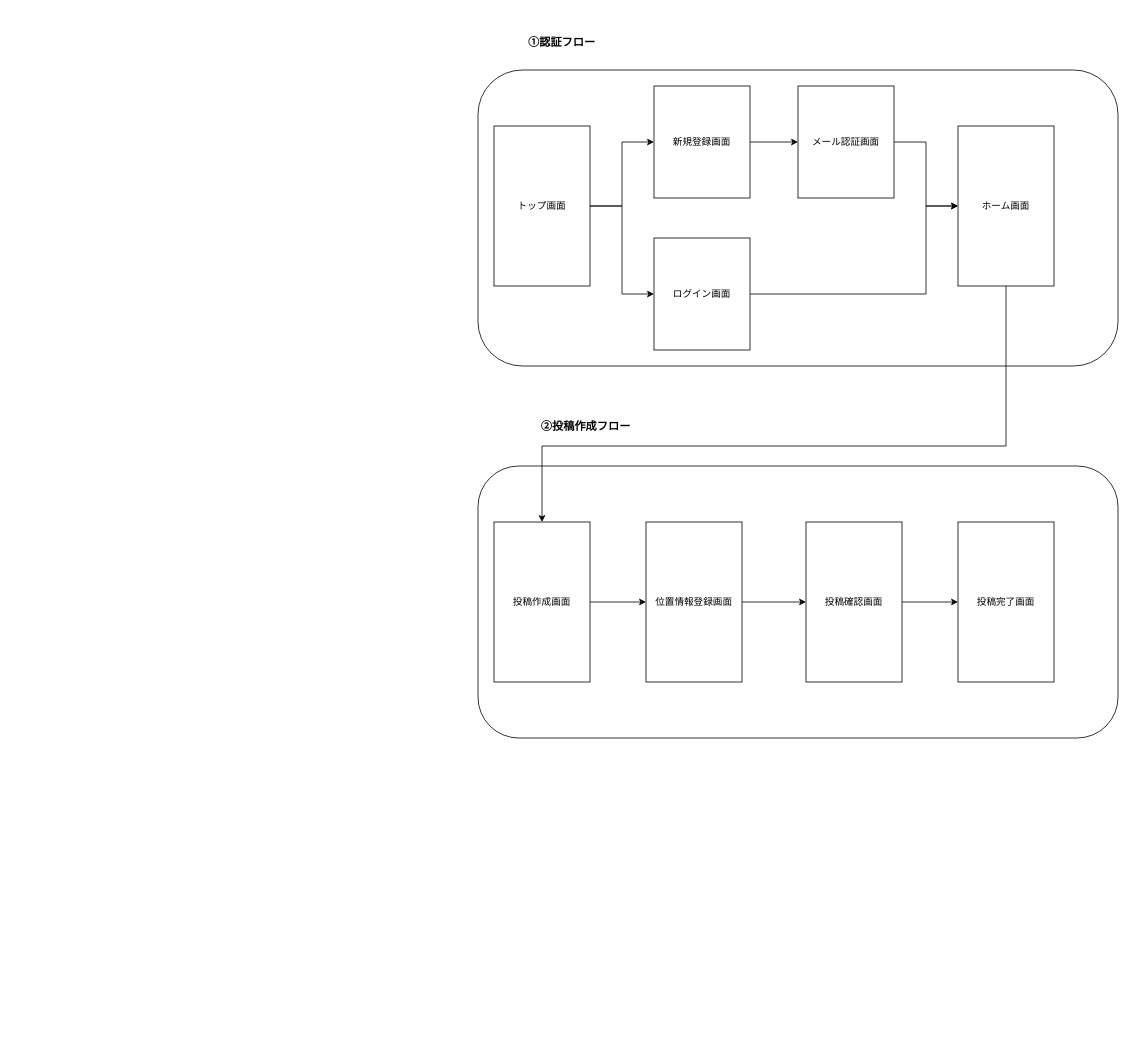
This is UIFlows.drawio from Takuo27/Travel_Map, a draw.io file, before an edit. Source tidied: cells renumbered, new cells numbered last; positions are measured from the earlier drawing's top-left corner, leaving out a move shared by most shapes. Both pictures are drawn from the tidied source at 80%, with x=0, y=0 at pixel (478, 30).
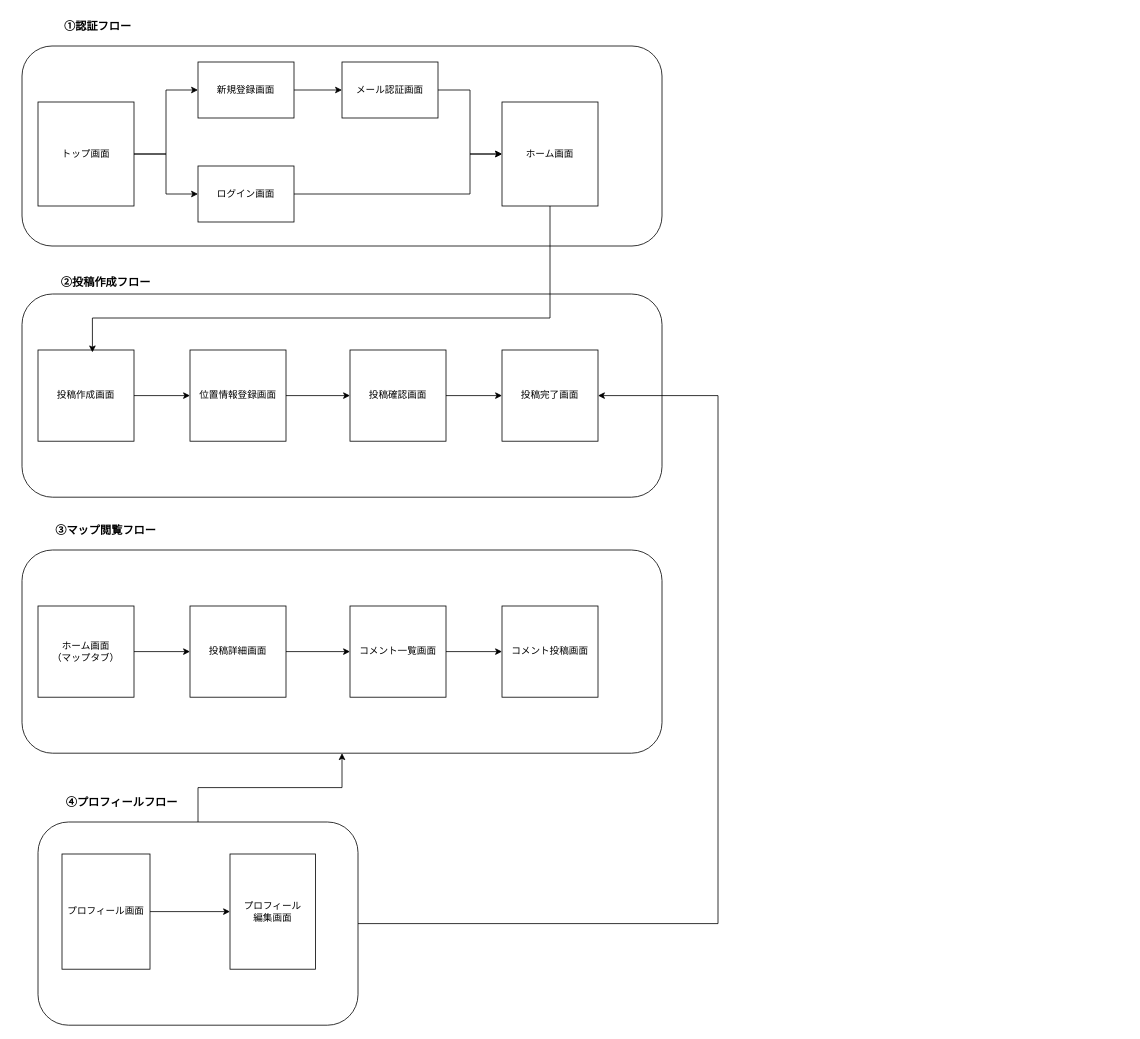
Above is the later version.

The edit, as a diff of the source:
```diff
@@
     <mxCell id="2" style="edgeStyle=orthogonalEdgeStyle;rounded=0;jettySize=auto;html=1;entryX=0;entryY=0.5;entryDx=0;entryDy=0;" parent="1" edge="1" target="8">
       <mxGeometry relative="1" as="geometry">
-        <mxPoint x="60" y="140" as="sourcePoint" />
+        <mxPoint x="-440" y="150" as="sourcePoint" />
       </mxGeometry>
     </mxCell>
     <mxCell id="3" style="group;" parent="1" vertex="1">
-      <mxGeometry y="50" width="800" height="370" as="geometry" />
+      <mxGeometry x="-570" y="20" width="810" height="884" as="geometry" />
     </mxCell>
     <mxCell id="4" style="rounded=1;whiteSpace=wrap;html=1;" parent="3" vertex="1">
-      <mxGeometry width="800" height="370" as="geometry" />
+      <mxGeometry width="800" height="250" as="geometry" />
     </mxCell>
@@
     <mxCell id="6" value="トップ画面" style="rounded=0;whiteSpace=wrap;html=1;" parent="3" vertex="1">
-      <mxGeometry x="20" y="70" width="120" height="200" as="geometry" />
+      <mxGeometry x="20" y="70" width="120" height="130" as="geometry" />
     </mxCell>
+    <mxCell id="13" style="edgeStyle=orthogonalEdgeStyle;rounded=0;jettySize=auto;html=1;exitX=1;exitY=0.5;exitDx=0;exitDy=0;entryX=0;entryY=0.5;entryDx=0;entryDy=0;" parent="3" edge="1" source="7" target="10">
+      <mxGeometry relative="1" as="geometry">
+        <Array as="points">
+          <mxPoint x="560" y="185" />
+          <mxPoint x="560" y="135" />
+        </Array>
+      </mxGeometry>
+    </mxCell>
     <mxCell id="7" value="ログイン画面" style="whiteSpace=wrap;html=1;rounded=0;" parent="3" vertex="1">
-      <mxGeometry x="220" y="210" width="120" height="140" as="geometry" />
+      <mxGeometry x="220" y="150" width="120" height="70" as="geometry" />
     </mxCell>
     <mxCell id="8" value="新規登録画面" style="whiteSpace=wrap;html=1;rounded=0;" parent="3" vertex="1">
-      <mxGeometry x="220" y="20" width="120" height="140" as="geometry" />
+      <mxGeometry x="220" y="20" width="120" height="70" as="geometry" />
     </mxCell>
     <mxCell id="9" value="メール認証画面" style="whiteSpace=wrap;html=1;rounded=0;" parent="3" vertex="1">
-      <mxGeometry x="400" y="20" width="120" height="140" as="geometry" />
+      <mxGeometry x="400" y="20" width="120" height="70" as="geometry" />
     </mxCell>
     <mxCell id="10" value="ホーム画面" style="rounded=0;whiteSpace=wrap;html=1;" parent="3" vertex="1">
-      <mxGeometry x="600" y="70" width="120" height="200" as="geometry" />
+      <mxGeometry x="600" y="70" width="120" height="130" as="geometry" />
     </mxCell>
@@
-    <mxCell id="13" style="edgeStyle=orthogonalEdgeStyle;rounded=0;jettySize=auto;html=1;" parent="3" edge="1" source="7" target="10">
-      <mxGeometry relative="1" as="geometry">
-        <Array as="points">
-          <mxPoint x="560" y="280" />
-          <mxPoint x="560" y="170" />
-        </Array>
-      </mxGeometry>
-    </mxCell>
@@
-    <mxCell id="15" value="&lt;font style=&quot;font-size: 14px;&quot;&gt;&lt;b&gt;①認証フロー&lt;/b&gt;&lt;/font&gt;" style="text;html=1;whiteSpace=wrap;strokeColor=none;fillColor=none;align=center;verticalAlign=middle;rounded=0;" parent="1" vertex="1">
-      <mxGeometry width="210" height="30" as="geometry" />
-    </mxCell>
+    <mxCell id="26" value="&lt;span style=&quot;font-size: 14px;&quot;&gt;&lt;b&gt;②投稿作成フロー&lt;/b&gt;&lt;/span&gt;" style="text;html=1;whiteSpace=wrap;strokeColor=none;fillColor=none;align=center;verticalAlign=middle;rounded=0;" parent="3" vertex="1">
+      <mxGeometry y="280" width="210" height="30" as="geometry" />
+    </mxCell>
-    <mxCell id="16" style="group;" parent="1" vertex="1">
-      <mxGeometry y="545" width="810" height="370" as="geometry" />
+    <mxCell id="16" style="group;" parent="3" vertex="1">
+      <mxGeometry y="370" width="810" height="514" as="geometry" />
     </mxCell>
+    <mxCell id="21" style="edgeStyle=orthogonalEdgeStyle;rounded=0;orthogonalLoop=1;jettySize=auto;html=1;" parent="16" edge="1">
+      <mxGeometry relative="1" as="geometry">
+        <mxPoint x="340" y="90" as="sourcePoint" />
+      </mxGeometry>
+    </mxCell>
+    <mxCell id="28" style="group;" parent="16" vertex="1">
+      <mxGeometry y="260" width="800" height="254" as="geometry" />
+    </mxCell>
+    <mxCell id="29" style="rounded=1;whiteSpace=wrap;html=1;" parent="28" vertex="1">
+      <mxGeometry width="800" height="254" as="geometry" />
+    </mxCell>
+    <mxCell id="30" value="ホーム画面&lt;br&gt;（マップタブ）" style="rounded=0;whiteSpace=wrap;html=1;" parent="28" vertex="1">
+      <mxGeometry x="20" y="70" width="120" height="114" as="geometry" />
+    </mxCell>
+    <mxCell id="31" value="コメント投稿画面" style="rounded=0;whiteSpace=wrap;html=1;" parent="28" vertex="1">
+      <mxGeometry x="600" y="70" width="120" height="114" as="geometry" />
+    </mxCell>
+    <mxCell id="32" style="edgeStyle=orthogonalEdgeStyle;rounded=0;jettySize=auto;html=1;entryX=0;entryY=0.5;entryDx=0;entryDy=0;" parent="28" edge="1" source="30" target="35">
+      <mxGeometry relative="1" as="geometry" />
+    </mxCell>
+    <mxCell id="33" style="edgeStyle=orthogonalEdgeStyle;rounded=0;jettySize=auto;html=1;entryX=0;entryY=0.5;entryDx=0;entryDy=0;exitX=1;exitY=0.5;exitDx=0;exitDy=0;" parent="28" edge="1" source="36" target="31">
+      <mxGeometry relative="1" as="geometry" />
+    </mxCell>
+    <mxCell id="34" style="edgeStyle=orthogonalEdgeStyle;rounded=0;jettySize=auto;html=1;entryX=0;entryY=0.5;entryDx=0;entryDy=0;" parent="28" edge="1" source="35" target="36">
+      <mxGeometry relative="1" as="geometry" />
+    </mxCell>
+    <mxCell id="35" value="投稿詳細画面" style="rounded=0;whiteSpace=wrap;html=1;" parent="28" vertex="1">
+      <mxGeometry x="210" y="70" width="120" height="114" as="geometry" />
+    </mxCell>
+    <mxCell id="36" value="コメント一覧画面" style="rounded=0;whiteSpace=wrap;html=1;" parent="28" vertex="1">
+      <mxGeometry x="410" y="70" width="120" height="114" as="geometry" />
+    </mxCell>
+    <mxCell id="37" value="&lt;span style=&quot;font-size: 14px;&quot;&gt;&lt;b&gt;③マップ閲覧フロー&lt;/b&gt;&lt;/span&gt;" style="text;html=1;whiteSpace=wrap;strokeColor=none;fillColor=none;align=center;verticalAlign=middle;rounded=0;" parent="16" vertex="1">
+      <mxGeometry y="220" width="210" height="30" as="geometry" />
+    </mxCell>
+    <mxCell id="38" style="edgeStyle=orthogonalEdgeStyle;rounded=0;orthogonalLoop=1;jettySize=auto;html=1;exitX=0.5;exitY=1;exitDx=0;exitDy=0;" parent="3" edge="1" source="4" target="4">
+      <mxGeometry relative="1" as="geometry" />
+    </mxCell>
+    <mxCell id="39" style="group;" parent="3" vertex="1">
+      <mxGeometry y="310" width="800" height="254" as="geometry" />
+    </mxCell>
-    <mxCell id="17" style="rounded=1;whiteSpace=wrap;html=1;" parent="16" vertex="1">
-      <mxGeometry width="800" height="340" as="geometry" />
+    <mxCell id="17" style="rounded=1;whiteSpace=wrap;html=1;" parent="39" vertex="1">
+      <mxGeometry width="800" height="254" as="geometry" />
     </mxCell>
-    <mxCell id="18" value="投稿作成画面" style="rounded=0;whiteSpace=wrap;html=1;" parent="16" vertex="1">
-      <mxGeometry x="20" y="70" width="120" height="200" as="geometry" />
+    <mxCell id="18" value="投稿作成画面" style="rounded=0;whiteSpace=wrap;html=1;" parent="39" vertex="1">
+      <mxGeometry x="20" y="70" width="120" height="114" as="geometry" />
     </mxCell>
-    <mxCell id="19" value="投稿完了画面" style="rounded=0;whiteSpace=wrap;html=1;" parent="16" vertex="1">
-      <mxGeometry x="600" y="70" width="120" height="200" as="geometry" />
+    <mxCell id="19" value="投稿完了画面" style="rounded=0;whiteSpace=wrap;html=1;" parent="39" vertex="1">
+      <mxGeometry x="600" y="70" width="120" height="114" as="geometry" />
     </mxCell>
-    <mxCell id="20" style="edgeStyle=orthogonalEdgeStyle;rounded=0;jettySize=auto;html=1;entryX=0;entryY=0.5;entryDx=0;entryDy=0;" parent="16" edge="1" source="18" target="24">
+    <mxCell id="20" style="edgeStyle=orthogonalEdgeStyle;rounded=0;jettySize=auto;html=1;entryX=0;entryY=0.5;entryDx=0;entryDy=0;" parent="39" edge="1" source="18" target="24">
       <mxGeometry relative="1" as="geometry" />
     </mxCell>
-    <mxCell id="21" style="edgeStyle=orthogonalEdgeStyle;rounded=0;orthogonalLoop=1;jettySize=auto;html=1;" parent="16" edge="1">
-      <mxGeometry relative="1" as="geometry">
-        <mxPoint x="340" y="90" as="sourcePoint" />
-      </mxGeometry>
-    </mxCell>
-    <mxCell id="22" style="edgeStyle=orthogonalEdgeStyle;rounded=0;jettySize=auto;html=1;entryX=0;entryY=0.5;entryDx=0;entryDy=0;exitX=1;exitY=0.5;exitDx=0;exitDy=0;" parent="16" edge="1" source="25" target="19">
+    <mxCell id="22" style="edgeStyle=orthogonalEdgeStyle;rounded=0;jettySize=auto;html=1;entryX=0;entryY=0.5;entryDx=0;entryDy=0;exitX=1;exitY=0.5;exitDx=0;exitDy=0;" parent="39" edge="1" source="25" target="19">
       <mxGeometry relative="1" as="geometry" />
     </mxCell>
-    <mxCell id="23" style="edgeStyle=orthogonalEdgeStyle;rounded=0;jettySize=auto;html=1;entryX=0;entryY=0.5;entryDx=0;entryDy=0;" parent="16" edge="1" source="24" target="25">
+    <mxCell id="23" style="edgeStyle=orthogonalEdgeStyle;rounded=0;jettySize=auto;html=1;entryX=0;entryY=0.5;entryDx=0;entryDy=0;" parent="39" edge="1" source="24" target="25">
       <mxGeometry relative="1" as="geometry" />
     </mxCell>
-    <mxCell id="24" value="位置情報登録画面" style="rounded=0;whiteSpace=wrap;html=1;" parent="16" vertex="1">
-      <mxGeometry x="210" y="70" width="120" height="200" as="geometry" />
+    <mxCell id="24" value="位置情報登録画面" style="rounded=0;whiteSpace=wrap;html=1;" parent="39" vertex="1">
+      <mxGeometry x="210" y="70" width="120" height="114" as="geometry" />
     </mxCell>
-    <mxCell id="25" value="投稿確認画面" style="rounded=0;whiteSpace=wrap;html=1;" parent="16" vertex="1">
-      <mxGeometry x="410" y="70" width="120" height="200" as="geometry" />
+    <mxCell id="25" value="投稿確認画面" style="rounded=0;whiteSpace=wrap;html=1;" parent="39" vertex="1">
+      <mxGeometry x="410" y="70" width="120" height="114" as="geometry" />
     </mxCell>
-    <mxCell id="26" value="&lt;span style=&quot;font-size: 14px;&quot;&gt;&lt;b&gt;②投稿作成フロー&lt;/b&gt;&lt;/span&gt;" style="text;html=1;whiteSpace=wrap;strokeColor=none;fillColor=none;align=center;verticalAlign=middle;rounded=0;" parent="1" vertex="1">
-      <mxGeometry x="30" y="480" width="210" height="30" as="geometry" />
-    </mxCell>
-    <mxCell id="27" style="edgeStyle=orthogonalEdgeStyle;rounded=0;jettySize=auto;html=1;entryX=0.5;entryY=0;entryDx=0;entryDy=0;" parent="1" edge="1" source="10" target="18">
+    <mxCell id="27" style="edgeStyle=orthogonalEdgeStyle;rounded=0;jettySize=auto;html=1;exitX=0.5;exitY=1;exitDx=0;exitDy=0;entryX=0.567;entryY=0.026;entryDx=0;entryDy=0;entryPerimeter=0;" parent="3" edge="1" source="10" target="18">
       <mxGeometry relative="1" as="geometry">
         <Array as="points">
-          <mxPoint x="660" y="520" />
-          <mxPoint x="80" y="520" />
+          <mxPoint x="660" y="340" />
+          <mxPoint x="88" y="340" />
         </Array>
       </mxGeometry>
     </mxCell>
+    <mxCell id="15" value="&lt;font style=&quot;font-size: 14px;&quot;&gt;&lt;b&gt;①認証フロー&lt;/b&gt;&lt;/font&gt;" style="text;html=1;whiteSpace=wrap;strokeColor=none;fillColor=none;align=center;verticalAlign=middle;rounded=0;" parent="1" vertex="1">
+      <mxGeometry x="-580" y="-20" width="210" height="30" as="geometry" />
+    </mxCell>
+    <mxCell id="40" style="group;" parent="1" vertex="1">
+      <mxGeometry x="-550" y="990" width="400" height="254" as="geometry" />
+    </mxCell>
+    <mxCell id="41" style="rounded=1;whiteSpace=wrap;html=1;" parent="40" vertex="1">
+      <mxGeometry width="400" height="254" as="geometry" />
+    </mxCell>
+    <mxCell id="42" value="プロフィール画面" style="rounded=0;whiteSpace=wrap;html=1;" parent="40" vertex="1">
+      <mxGeometry x="30" y="40" width="110" height="144" as="geometry" />
+    </mxCell>
+    <mxCell id="43" style="edgeStyle=orthogonalEdgeStyle;rounded=0;jettySize=auto;html=1;entryX=0;entryY=0.5;entryDx=0;entryDy=0;" parent="40" edge="1" source="42" target="44">
+      <mxGeometry relative="1" as="geometry" />
+    </mxCell>
+    <mxCell id="44" value="プロフィール&lt;br&gt;編集画面" style="rounded=0;whiteSpace=wrap;html=1;" parent="40" vertex="1">
+      <mxGeometry x="240" y="40" width="107" height="144" as="geometry" />
+    </mxCell>
+    <mxCell id="45" value="&lt;span style=&quot;font-size: 14px;&quot;&gt;&lt;b&gt;④プロフィールフロー&lt;/b&gt;&lt;/span&gt;" style="text;html=1;whiteSpace=wrap;strokeColor=none;fillColor=none;align=center;verticalAlign=middle;rounded=0;" parent="1" vertex="1">
+      <mxGeometry x="-550" y="950" width="210" height="30" as="geometry" />
+    </mxCell>
+    <mxCell id="46" style="edgeStyle=orthogonalEdgeStyle;rounded=0;jettySize=auto;html=1;entryX=1;entryY=0.5;entryDx=0;entryDy=0;" parent="1" edge="1" source="41" target="19">
+      <mxGeometry relative="1" as="geometry">
+        <Array as="points">
+          <mxPoint x="300" y="1117" />
+          <mxPoint x="300" y="457" />
+        </Array>
+      </mxGeometry>
+    </mxCell>
+    <mxCell id="47" style="edgeStyle=orthogonalEdgeStyle;rounded=0;jettySize=auto;html=1;exitX=0.5;exitY=0;exitDx=0;exitDy=0;entryX=0.5;entryY=1;entryDx=0;entryDy=0;" parent="1" edge="1" source="41" target="29">
+      <mxGeometry relative="1" as="geometry" />
+    </mxCell>
```
